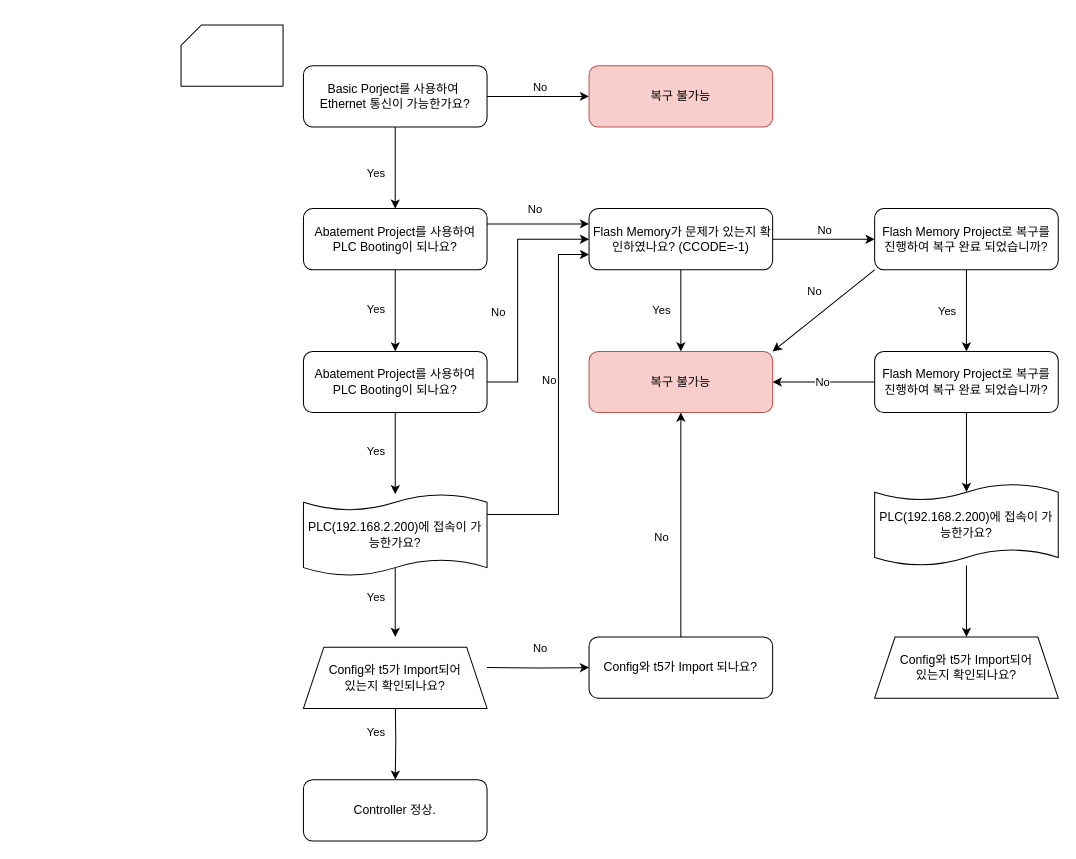
Above: Controller Reconvery Seq..drawio in EdwardsKorea/CommonDrawIO (draw.io), before the change. Source tidied: cells renumbered, new cells numbered last; positions are measured from the earlier drawing's top-left corner, leaving out a move shared by most shapes. Both pictures are drawn from the tidied source at 102%, with x=0, y=0 at pixel (181, 24).
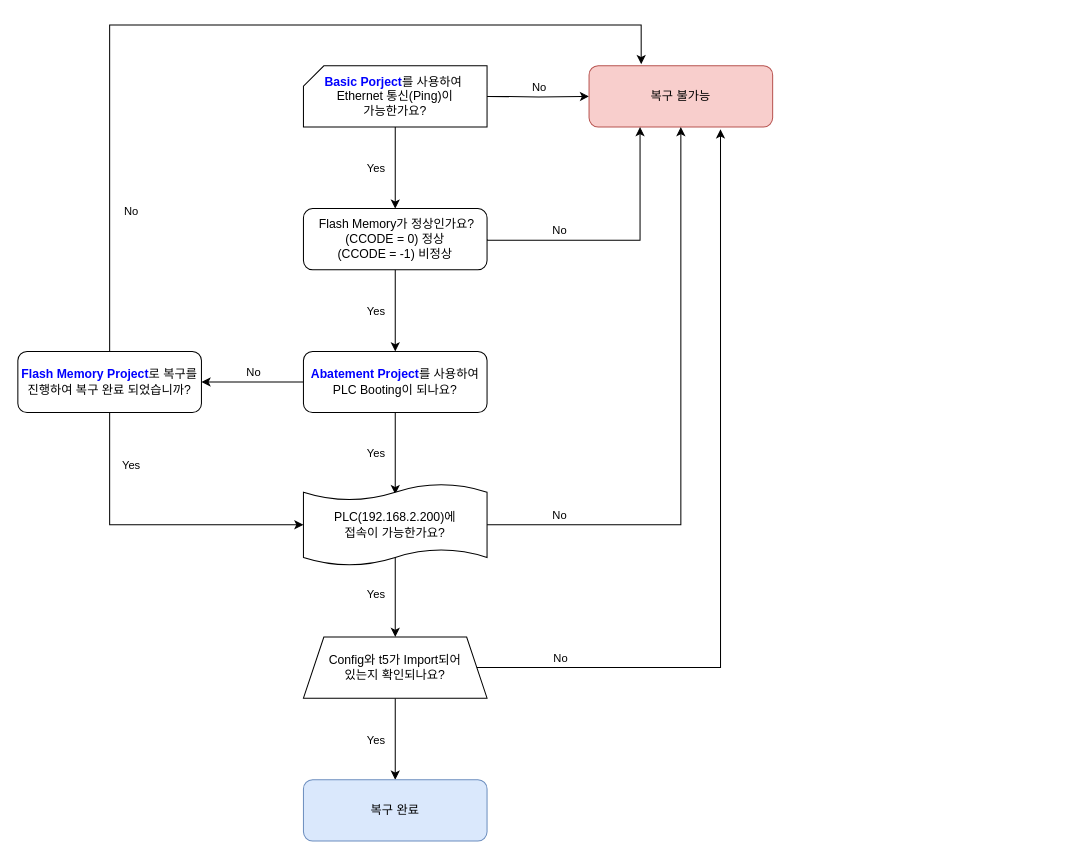
The same diagram, later.

The change refers to these unchanged cells:
```xml
<mxCell id="7" value="복구 불가능" style="rounded=1;whiteSpace=wrap;html=1;fillColor=#f8cecc;strokeColor=#b85450;" parent="1" vertex="1">
  <mxGeometry x="400" y="40" width="180" height="60" as="geometry" />
</mxCell>
```

Change to the diagram source:
```diff
@@
-    <mxCell id="2" style="edgeStyle=orthogonalEdgeStyle;rounded=0;jettySize=auto;html=1;entryX=0;entryY=0.5;entryDx=0;entryDy=0;" parent="1" edge="1" source="6" target="7">
-      <mxGeometry relative="1" as="geometry" />
+    <mxCell id="2" style="edgeStyle=orthogonalEdgeStyle;rounded=0;jettySize=auto;html=1;entryX=0;entryY=0.5;entryDx=0;entryDy=0;" parent="1" edge="1" target="7">
+      <mxGeometry relative="1" as="geometry">
+        <mxPoint x="300" y="70" as="sourcePoint" />
+      </mxGeometry>
     </mxCell>
@@
-    <mxCell id="4" style="edgeStyle=orthogonalEdgeStyle;rounded=0;jettySize=auto;html=1;" parent="1" edge="1" source="6" target="12">
-      <mxGeometry relative="1" as="geometry" />
-    </mxCell>
-    <mxCell id="5" value="Yes" style="edgeLabel;html=1;align=center;verticalAlign=middle;" parent="4" vertex="1">
-      <mxGeometry x="0.13" y="-1" relative="1" as="geometry">
-        <mxPoint x="-19" as="offset" />
-      </mxGeometry>
-    </mxCell>
-    <mxCell id="6" value="Basic Porject를 사용하여&amp;nbsp; Ethernet 통신이 가능한가요?" style="rounded=1;whiteSpace=wrap;html=1;fontSize=12;glass=0;strokeWidth=1;shadow=0;" parent="1" vertex="1">
-      <mxGeometry x="120" y="40" width="180" height="60" as="geometry" />
-    </mxCell>
@@
-    <mxCell id="8" style="edgeStyle=orthogonalEdgeStyle;rounded=0;jettySize=auto;html=1;" parent="1" edge="1" source="12" target="22">
-      <mxGeometry relative="1" as="geometry" />
+    <mxCell id="8" style="edgeStyle=orthogonalEdgeStyle;rounded=0;jettySize=auto;html=1;" parent="1" edge="1" source="12">
+      <mxGeometry relative="1" as="geometry">
+        <mxPoint x="210" y="460" as="targetPoint" />
+      </mxGeometry>
     </mxCell>
@@
-    <mxCell id="10" style="edgeStyle=orthogonalEdgeStyle;rounded=0;jettySize=auto;html=1;entryX=0;entryY=0.25;entryDx=0;entryDy=0;" parent="1" edge="1" source="12" target="17">
-      <mxGeometry relative="1" as="geometry">
-        <Array as="points">
-          <mxPoint x="330" y="195" />
-          <mxPoint x="330" y="195" />
-        </Array>
-      </mxGeometry>
-    </mxCell>
-    <mxCell id="11" value="No" style="edgeLabel;html=1;align=center;verticalAlign=middle;" parent="10" vertex="1">
-      <mxGeometry x="-0.08" y="1" relative="1" as="geometry">
-        <mxPoint y="-14" as="offset" />
-      </mxGeometry>
-    </mxCell>
+    <mxCell id="51" style="edgeStyle=orthogonalEdgeStyle;rounded=0;jettySize=auto;html=1;" parent="1" edge="1" source="12" target="64">
+      <mxGeometry relative="1" as="geometry" />
+    </mxCell>
+    <mxCell id="52" value="No" style="edgeLabel;html=1;align=center;verticalAlign=middle;" parent="51" vertex="1">
+      <mxGeometry x="-0.39" relative="1" as="geometry">
+        <mxPoint x="-19" y="-10" as="offset" />
+      </mxGeometry>
+    </mxCell>
-    <mxCell id="12" value="Abatement Project를 사용하여 PLC Booting이 되나요?" style="rounded=1;whiteSpace=wrap;html=1;" parent="1" vertex="1">
-      <mxGeometry x="120" y="180" width="180" height="60" as="geometry" />
+    <mxCell id="12" value="&lt;b&gt;&lt;font color=&quot;#0000ff&quot;&gt;Abatement Project&lt;/font&gt;&lt;/b&gt;를 사용하여 PLC Booting이 되나요?" style="rounded=1;whiteSpace=wrap;html=1;" parent="1" vertex="1">
+      <mxGeometry x="120" y="320" width="180" height="60" as="geometry" />
     </mxCell>
-    <mxCell id="13" style="edgeStyle=orthogonalEdgeStyle;rounded=0;jettySize=auto;html=1;" parent="1" edge="1" source="17" target="23">
-      <mxGeometry relative="1" as="geometry" />
-    </mxCell>
-    <mxCell id="14" value="Yes" style="edgeLabel;html=1;align=center;verticalAlign=middle;" parent="13" vertex="1">
-      <mxGeometry x="-0.03" y="-3" relative="1" as="geometry">
-        <mxPoint x="-17" as="offset" />
-      </mxGeometry>
-    </mxCell>
-    <mxCell id="15" style="edgeStyle=orthogonalEdgeStyle;rounded=0;jettySize=auto;html=1;" parent="1" edge="1" source="17" target="32">
-      <mxGeometry relative="1" as="geometry" />
-    </mxCell>
-    <mxCell id="16" value="No" style="edgeLabel;html=1;align=center;verticalAlign=middle;" parent="15" vertex="1">
-      <mxGeometry x="0.15" y="-2" relative="1" as="geometry">
-        <mxPoint x="-7" y="-12" as="offset" />
-      </mxGeometry>
-    </mxCell>
-    <mxCell id="17" value="&amp;nbsp;Flash Memory가 문제가 있는지 확인하였나요? (CCODE=-1)" style="rounded=1;whiteSpace=wrap;html=1;" parent="1" vertex="1">
-      <mxGeometry x="400" y="180" width="180" height="60" as="geometry" />
-    </mxCell>
-    <mxCell id="18" style="edgeStyle=orthogonalEdgeStyle;rounded=0;jettySize=auto;html=1;" parent="1" edge="1" source="22">
+    <mxCell id="18" style="edgeStyle=orthogonalEdgeStyle;rounded=0;orthogonalLoop=1;jettySize=auto;html=1;" parent="1" edge="1">
       <mxGeometry relative="1" as="geometry">
-        <mxPoint x="210" y="460" as="targetPoint" />
+        <mxPoint x="210" y="520" as="sourcePoint" />
+        <mxPoint x="210" y="600" as="targetPoint" />
       </mxGeometry>
     </mxCell>
@@
-    <mxCell id="20" style="edgeStyle=orthogonalEdgeStyle;rounded=0;jettySize=auto;html=1;entryX=0;entryY=0.5;entryDx=0;entryDy=0;" parent="1" edge="1" source="22" target="17">
-      <mxGeometry relative="1" as="geometry">
-        <Array as="points">
-          <mxPoint x="330" y="350" />
-          <mxPoint x="330" y="210" />
-        </Array>
-      </mxGeometry>
-    </mxCell>
-    <mxCell id="21" value="No" style="edgeLabel;html=1;align=center;verticalAlign=middle;" parent="20" vertex="1">
-      <mxGeometry x="-0.13" y="-1" relative="1" as="geometry">
-        <mxPoint x="-21" y="5" as="offset" />
-      </mxGeometry>
-    </mxCell>
-    <mxCell id="22" value="Abatement Project를 사용하여 PLC Booting이 되나요?" style="rounded=1;whiteSpace=wrap;html=1;" parent="1" vertex="1">
-      <mxGeometry x="120" y="320" width="180" height="60" as="geometry" />
-    </mxCell>
-    <mxCell id="23" value="복구 불가능" style="rounded=1;whiteSpace=wrap;html=1;fillColor=#f8cecc;strokeColor=#b85450;" parent="1" vertex="1">
-      <mxGeometry x="400" y="320" width="180" height="60" as="geometry" />
-    </mxCell>
     <mxCell id="24" style="edgeStyle=orthogonalEdgeStyle;rounded=0;orthogonalLoop=1;jettySize=auto;html=1;" parent="1" edge="1">
       <mxGeometry relative="1" as="geometry">
-        <mxPoint x="210" y="520" as="sourcePoint" />
-        <mxPoint x="210" y="600" as="targetPoint" />
+        <mxPoint x="210" y="660" as="sourcePoint" />
+        <mxPoint x="210" y="740" as="targetPoint" />
       </mxGeometry>
     </mxCell>
@@
-    <mxCell id="26" style="edgeStyle=orthogonalEdgeStyle;rounded=0;jettySize=auto;html=1;entryX=0;entryY=0.75;entryDx=0;entryDy=0;" parent="1" edge="1" target="17">
-      <mxGeometry relative="1" as="geometry">
-        <mxPoint x="300" y="480" as="sourcePoint" />
-        <Array as="points">
-          <mxPoint x="370" y="480" />
-          <mxPoint x="370" y="225" />
-        </Array>
-      </mxGeometry>
-    </mxCell>
-    <mxCell id="27" value="No" style="edgeLabel;html=1;align=center;verticalAlign=middle;" parent="26" vertex="1">
-      <mxGeometry x="0.51" relative="1" as="geometry">
-        <mxPoint x="-10" y="65" as="offset" />
-      </mxGeometry>
-    </mxCell>
-    <mxCell id="28" style="edgeStyle=orthogonalEdgeStyle;rounded=0;jettySize=auto;html=1;" parent="1" edge="1" source="32" target="36">
-      <mxGeometry relative="1" as="geometry" />
-    </mxCell>
-    <mxCell id="29" value="Yes" style="edgeLabel;html=1;align=center;verticalAlign=middle;" parent="28" vertex="1">
-      <mxGeometry x="0.24" y="-2" relative="1" as="geometry">
-        <mxPoint x="-18" y="-10" as="offset" />
-      </mxGeometry>
-    </mxCell>
-    <mxCell id="30" style="rounded=0;jettySize=auto;html=1;entryX=1;entryY=0;entryDx=0;entryDy=0;exitX=0;exitY=1;exitDx=0;exitDy=0;" parent="1" edge="1" source="32" target="23">
-      <mxGeometry relative="1" as="geometry" />
-    </mxCell>
-    <mxCell id="31" value="No" style="edgeLabel;html=1;align=center;verticalAlign=middle;" parent="30" vertex="1">
-      <mxGeometry x="-0.14" y="-3" relative="1" as="geometry">
-        <mxPoint x="-15" y="-12" as="offset" />
-      </mxGeometry>
-    </mxCell>
-    <mxCell id="32" value="Flash Memory Project로 복구를 진행하여 복구 완료 되었습니까?" style="rounded=1;whiteSpace=wrap;html=1;" parent="1" vertex="1">
-      <mxGeometry x="680" y="180" width="180" height="60" as="geometry" />
-    </mxCell>
-    <mxCell id="33" style="edgeStyle=orthogonalEdgeStyle;rounded=0;jettySize=auto;html=1;entryX=1;entryY=0.5;entryDx=0;entryDy=0;" parent="1" edge="1" source="36" target="23">
-      <mxGeometry relative="1" as="geometry" />
-    </mxCell>
-    <mxCell id="34" value="No" style="edgeLabel;html=1;align=center;verticalAlign=middle;" parent="33" vertex="1">
-      <mxGeometry x="0.04" y="-1" relative="1" as="geometry" />
-    </mxCell>
-    <mxCell id="35" style="edgeStyle=orthogonalEdgeStyle;rounded=0;jettySize=auto;html=1;entryX=0.5;entryY=0.097;entryDx=0;entryDy=0;entryPerimeter=0;" parent="1" edge="1" source="36" target="46">
-      <mxGeometry relative="1" as="geometry" />
-    </mxCell>
-    <mxCell id="36" value="Flash Memory Project로 복구를 진행하여 복구 완료 되었습니까?" style="rounded=1;whiteSpace=wrap;html=1;" parent="1" vertex="1">
-      <mxGeometry x="680" y="320" width="180" height="60" as="geometry" />
-    </mxCell>
-    <mxCell id="37" style="edgeStyle=orthogonalEdgeStyle;rounded=0;jettySize=auto;html=1;" parent="1" edge="1" target="41">
-      <mxGeometry relative="1" as="geometry">
-        <mxPoint x="210" y="660" as="sourcePoint" />
-      </mxGeometry>
-    </mxCell>
-    <mxCell id="38" value="Yes" style="edgeLabel;html=1;align=center;verticalAlign=middle;" parent="37" vertex="1">
-      <mxGeometry x="-0.17" y="-2" relative="1" as="geometry">
-        <mxPoint x="-18" as="offset" />
-      </mxGeometry>
-    </mxCell>
-    <mxCell id="39" style="edgeStyle=orthogonalEdgeStyle;rounded=0;jettySize=auto;html=1;" parent="1" edge="1" target="44">
-      <mxGeometry relative="1" as="geometry">
-        <mxPoint x="300" y="630" as="sourcePoint" />
-      </mxGeometry>
-    </mxCell>
-    <mxCell id="40" value="No" style="edgeLabel;html=1;align=center;verticalAlign=middle;" parent="39" vertex="1">
-      <mxGeometry x="0.04" relative="1" as="geometry">
-        <mxPoint y="-20" as="offset" />
-      </mxGeometry>
-    </mxCell>
-    <mxCell id="41" value="Controller 정상." style="rounded=1;whiteSpace=wrap;html=1;" parent="1" vertex="1">
-      <mxGeometry x="120" y="740" width="180" height="60" as="geometry" />
-    </mxCell>
-    <mxCell id="42" style="edgeStyle=orthogonalEdgeStyle;rounded=0;jettySize=auto;html=1;entryX=0.5;entryY=1;entryDx=0;entryDy=0;" parent="1" edge="1" source="44" target="23">
-      <mxGeometry relative="1" as="geometry" />
-    </mxCell>
-    <mxCell id="43" value="No" style="edgeLabel;html=1;align=center;verticalAlign=middle;" parent="42" vertex="1">
-      <mxGeometry x="-0.16" relative="1" as="geometry">
-        <mxPoint x="-20" y="-7" as="offset" />
-      </mxGeometry>
-    </mxCell>
-    <mxCell id="44" value="Config와 t5가 Import 되나요?" style="rounded=1;whiteSpace=wrap;html=1;" parent="1" vertex="1">
-      <mxGeometry x="400" y="600" width="180" height="60" as="geometry" />
-    </mxCell>
-    <mxCell id="45" style="edgeStyle=orthogonalEdgeStyle;rounded=0;jettySize=auto;html=1;" parent="1" edge="1" source="46">
-      <mxGeometry relative="1" as="geometry">
-        <mxPoint x="770" y="600" as="targetPoint" />
-      </mxGeometry>
-    </mxCell>
-    <mxCell id="46" value="PLC(192.168.2.200)에 접속이 가능한가요?" style="shape=tape;whiteSpace=wrap;html=1;size=0.2;" parent="1" vertex="1">
-      <mxGeometry x="680" y="450" width="180" height="80" as="geometry" />
-    </mxCell>
+    <mxCell id="53" style="edgeStyle=orthogonalEdgeStyle;rounded=0;jettySize=auto;html=1;entryX=0.5;entryY=1;entryDx=0;entryDy=0;" parent="1" edge="1" source="47" target="7">
+      <mxGeometry relative="1" as="geometry" />
+    </mxCell>
+    <mxCell id="54" value="No" style="edgeLabel;html=1;align=center;verticalAlign=middle;" parent="53" vertex="1">
+      <mxGeometry x="-0.69" relative="1" as="geometry">
+        <mxPoint x="-20" y="-10" as="offset" />
+      </mxGeometry>
+    </mxCell>
-    <mxCell id="47" value="PLC(192.168.2.200)에 접속이 가능한가요?" style="shape=tape;whiteSpace=wrap;html=1;size=0.2;" parent="1" vertex="1">
-      <mxGeometry x="120" y="460" width="180" height="80" as="geometry" />
+    <mxCell id="47" value="PLC(192.168.2.200)에&lt;br&gt;접속이 가능한가요?" style="shape=tape;whiteSpace=wrap;html=1;size=0.2;" parent="1" vertex="1">
+      <mxGeometry x="120" y="450" width="180" height="80" as="geometry" />
     </mxCell>
-    <mxCell id="48" value="Config와 t5가 Import되어&lt;br&gt;있는지 확인되나요?" style="shape=trapezoid;perimeter=trapezoidPerimeter;whiteSpace=wrap;html=1;fixedSize=1;" parent="1" vertex="1">
-      <mxGeometry x="680" y="600" width="180" height="60" as="geometry" />
-    </mxCell>
     <mxCell id="49" value="Config와 t5가 Import되어&lt;br&gt;있는지 확인되나요?" style="shape=trapezoid;perimeter=trapezoidPerimeter;whiteSpace=wrap;html=1;fixedSize=1;" parent="1" vertex="1">
-      <mxGeometry x="120" y="610" width="180" height="60" as="geometry" />
+      <mxGeometry x="120" y="600" width="180" height="60" as="geometry" />
     </mxCell>
+    <mxCell id="55" style="edgeStyle=orthogonalEdgeStyle;rounded=0;jettySize=auto;html=1;entryX=0.5;entryY=0;entryDx=0;entryDy=0;" parent="1" edge="1" source="50" target="61">
+      <mxGeometry relative="1" as="geometry" />
+    </mxCell>
+    <mxCell id="56" value="Yes" style="edgeLabel;html=1;align=center;verticalAlign=middle;" parent="55" vertex="1">
+      <mxGeometry x="-0.33" y="-2" relative="1" as="geometry">
+        <mxPoint x="-18" y="13" as="offset" />
+      </mxGeometry>
+    </mxCell>
-    <mxCell id="50" style="verticalLabelPosition=bottom;verticalAlign=top;html=1;shape=card;whiteSpace=wrap;size=20;arcSize=12;" parent="1" vertex="1">
-      <mxGeometry width="100" height="60" as="geometry" />
+    <mxCell id="50" value="&lt;b&gt;&lt;font color=&quot;#0000ff&quot;&gt;Basic Porject&lt;/font&gt;&lt;/b&gt;를 사용하여&amp;nbsp; Ethernet 통신(Ping)이&lt;br&gt;가능한가요?" style="verticalLabelPosition=middle;verticalAlign=middle;html=1;shape=card;whiteSpace=wrap;size=20;arcSize=12;labelPosition=center;align=center;" parent="1" vertex="1">
+      <mxGeometry x="120" y="40" width="180" height="60" as="geometry" />
     </mxCell>
+    <mxCell id="57" style="edgeStyle=orthogonalEdgeStyle;rounded=0;jettySize=auto;html=1;" parent="1" edge="1" source="61" target="12">
+      <mxGeometry relative="1" as="geometry" />
+    </mxCell>
+    <mxCell id="58" value="Yes" style="edgeLabel;html=1;align=center;verticalAlign=middle;" parent="57" vertex="1">
+      <mxGeometry x="0.01" relative="1" as="geometry">
+        <mxPoint x="-20" as="offset" />
+      </mxGeometry>
+    </mxCell>
+    <mxCell id="59" style="edgeStyle=orthogonalEdgeStyle;rounded=0;orthogonalLoop=1;jettySize=auto;html=1;" parent="1" edge="1">
+      <mxGeometry relative="1" as="geometry">
+        <mxPoint x="300" y="210" as="sourcePoint" />
+        <mxPoint x="450" y="100" as="targetPoint" />
+        <Array as="points">
+          <mxPoint x="300" y="211" />
+          <mxPoint x="450" y="211" />
+          <mxPoint x="450" y="100" />
+        </Array>
+      </mxGeometry>
+    </mxCell>
+    <mxCell id="60" value="No" style="edgeLabel;html=1;align=center;verticalAlign=middle;" parent="59" vertex="1">
+      <mxGeometry x="-0.31" y="3" relative="1" as="geometry">
+        <mxPoint x="-19" y="-8" as="offset" />
+      </mxGeometry>
+    </mxCell>
+    <mxCell id="61" value="&amp;nbsp;Flash Memory가 정상인가요?(CCODE = 0) 정상&lt;br&gt;(CCODE = -1) 비정상" style="rounded=1;whiteSpace=wrap;html=1;" parent="1" vertex="1">
+      <mxGeometry x="120" y="180" width="180" height="60" as="geometry" />
+    </mxCell>
+    <mxCell id="62" style="edgeStyle=orthogonalEdgeStyle;rounded=0;jettySize=auto;html=1;entryX=0.284;entryY=-0.027;entryDx=0;entryDy=0;entryPerimeter=0;" parent="1" edge="1" source="64" target="7">
+      <mxGeometry relative="1" as="geometry">
+        <Array as="points">
+          <mxPoint x="-70" />
+          <mxPoint x="451" />
+        </Array>
+      </mxGeometry>
+    </mxCell>
+    <mxCell id="63" value="No" style="edgeLabel;html=1;align=center;verticalAlign=middle;" parent="62" vertex="1">
+      <mxGeometry x="-0.68" y="3" relative="1" as="geometry">
+        <mxPoint x="23" y="3" as="offset" />
+      </mxGeometry>
+    </mxCell>
+    <mxCell id="64" value="&lt;b&gt;&lt;font color=&quot;#0000ff&quot;&gt;Flash Memory Project&lt;/font&gt;&lt;/b&gt;로 복구를 진행하여 복구 완료 되었습니까?" style="rounded=1;whiteSpace=wrap;html=1;" parent="1" vertex="1">
+      <mxGeometry x="-160" y="320" width="180" height="60" as="geometry" />
+    </mxCell>
+    <mxCell id="65" style="edgeStyle=orthogonalEdgeStyle;rounded=0;jettySize=auto;html=1;entryX=0;entryY=0.5;entryDx=0;entryDy=0;entryPerimeter=0;" parent="1" edge="1" source="64" target="47">
+      <mxGeometry relative="1" as="geometry">
+        <Array as="points">
+          <mxPoint x="-70" y="490" />
+        </Array>
+      </mxGeometry>
+    </mxCell>
+    <mxCell id="66" value="Yes" style="edgeLabel;html=1;align=center;verticalAlign=middle;" parent="65" vertex="1">
+      <mxGeometry x="-0.66" y="1" relative="1" as="geometry">
+        <mxPoint x="19" as="offset" />
+      </mxGeometry>
+    </mxCell>
+    <mxCell id="67" value="복구 완료" style="rounded=1;whiteSpace=wrap;html=1;fillColor=#dae8fc;strokeColor=#6c8ebf;" parent="1" vertex="1">
+      <mxGeometry x="120" y="740" width="180" height="60" as="geometry" />
+    </mxCell>
+    <mxCell id="68" style="edgeStyle=orthogonalEdgeStyle;rounded=0;jettySize=auto;html=1;entryX=0.716;entryY=1.038;entryDx=0;entryDy=0;entryPerimeter=0;" parent="1" edge="1" source="49" target="7">
+      <mxGeometry relative="1" as="geometry" />
+    </mxCell>
+    <mxCell id="69" value="No" style="edgeLabel;html=1;align=center;verticalAlign=middle;" parent="68" vertex="1">
+      <mxGeometry x="-0.75" relative="1" as="geometry">
+        <mxPoint x="-15" y="-10" as="offset" />
+      </mxGeometry>
+    </mxCell>
```
